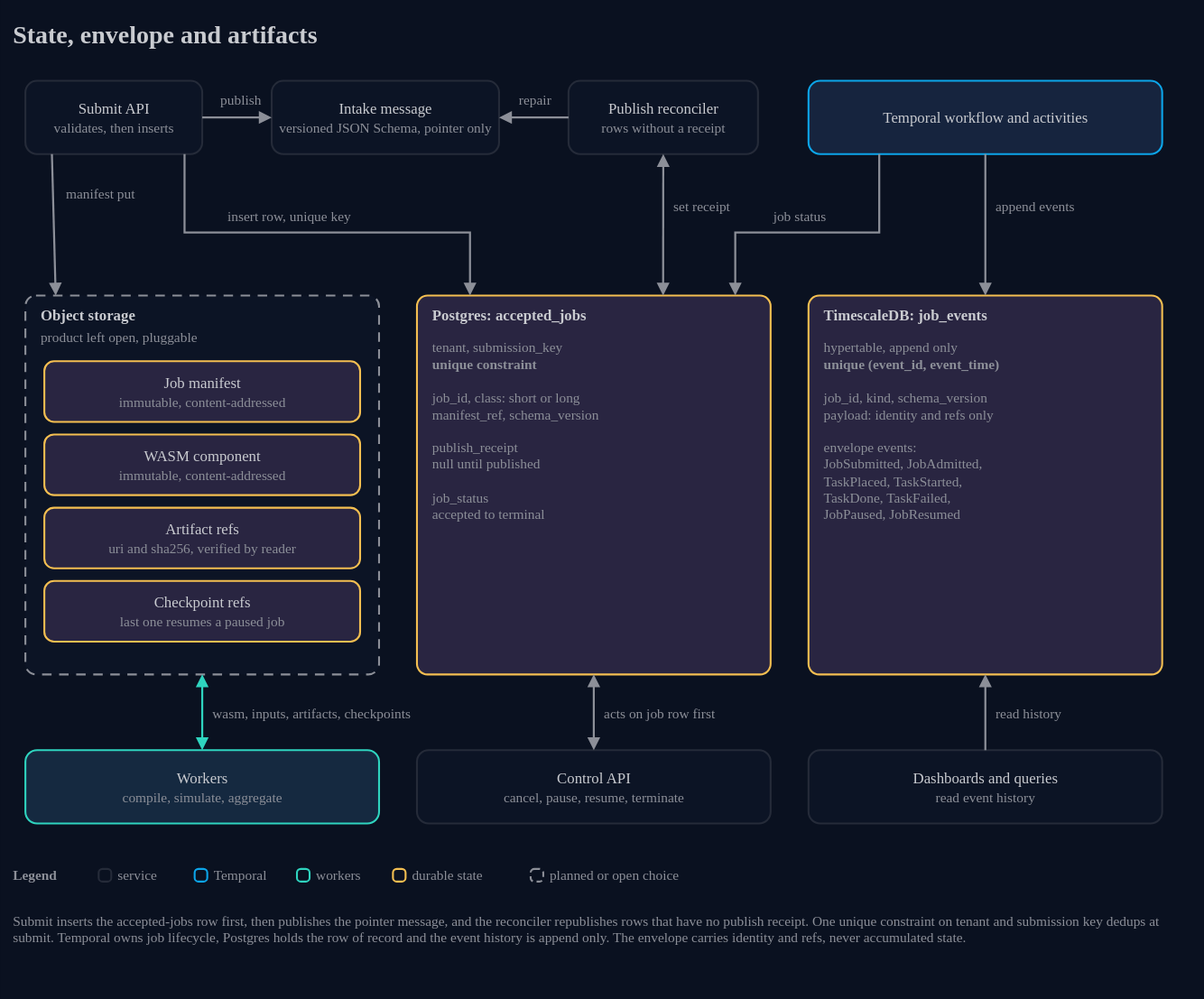
AndoNorth/wasm-dag-forge keeps this draw.io diagram as docs/architecture/13-state-envelope-artifacts.drawio.svg. Above is the earlier version. Source tidied: cells renumbered, new cells last; positions are measured from the earlier drawing's top-left corner, leaving out a move shared by most shapes.
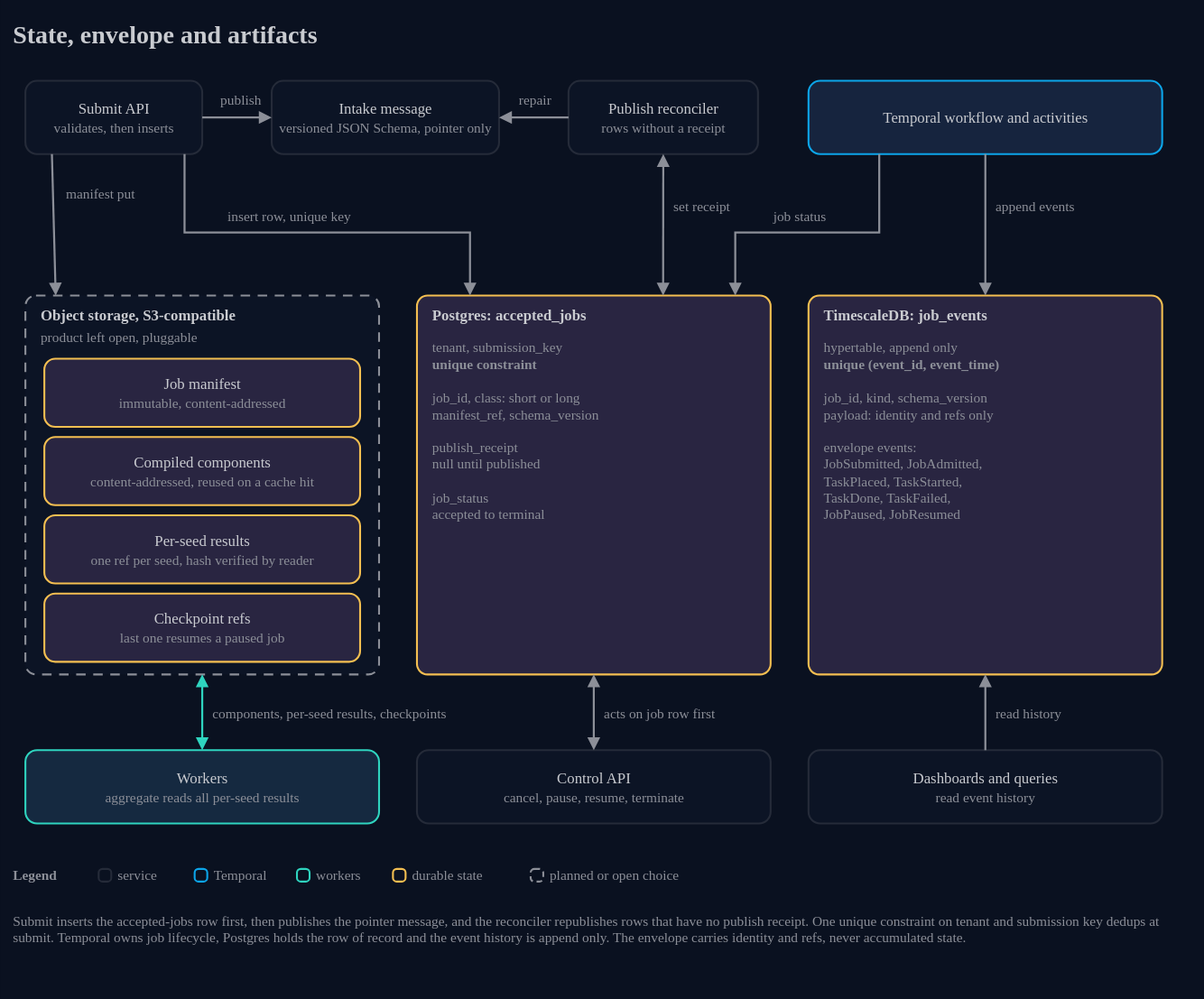
Above is the later version.

Commit message:
docs(architecture): [#3][#4][#5][#6][#11][#12] show compile cache, WIT boundary, limits, package mirror and per-seed results

Change to the diagram source:
```diff
@@ -38,25 +38,25 @@
     <mxCell id="13" style="rounded=1;arcSize=3;html=1;whiteSpace=wrap;fillColor=#0c1425;strokeColor=#8c8f98;strokeWidth=1.5;dashed=1;dashPattern=5 4;fontColor=#c9cbd0;fontSize=12;fontFamily=IBM Plex Sans;verticalAlign=top;align=left;" parent="1" vertex="1">
       <mxGeometry x="10" y="224" width="280" height="300" as="geometry" />
     </mxCell>
-    <mxCell id="14" value="Object storage" style="text;html=1;strokeColor=none;fillColor=none;align=left;verticalAlign=middle;whiteSpace=nowrap;fontColor=#c9cbd0;fontSize=12;fontStyle=1;fontFamily=IBM Plex Sans;spacing=0;" parent="1" vertex="1">
+    <mxCell id="14" value="Object storage, S3-compatible" style="text;html=1;strokeColor=none;fillColor=none;align=left;verticalAlign=middle;whiteSpace=nowrap;fontColor=#c9cbd0;fontSize=12;fontStyle=1;fontFamily=IBM Plex Sans;spacing=0;" parent="1" vertex="1">
       <mxGeometry x="22" y="230" width="260" height="20" as="geometry" />
     </mxCell>
     <mxCell id="15" value="product left open, pluggable" style="text;html=1;strokeColor=none;fillColor=none;align=left;verticalAlign=middle;whiteSpace=nowrap;fontColor=#8c8f98;fontSize=11;fontFamily=IBM Plex Sans;spacing=0;" parent="1" vertex="1">
       <mxGeometry x="22" y="248" width="260" height="18" as="geometry" />
     </mxCell>
     <mxCell id="16" value="Job manifest&lt;br&gt;&lt;font color=&quot;#8c8f98&quot; style=&quot;font-size:11px&quot;&gt;immutable, content-addressed&lt;/font&gt;" style="rounded=1;arcSize=16;html=1;whiteSpace=wrap;fillColor=#292541;strokeColor=#f4bf51;strokeWidth=1.5;fontColor=#c9cbd0;fontSize=12;fontFamily=IBM Plex Sans;align=center;verticalAlign=middle;" parent="1" vertex="1">
-      <mxGeometry x="25" y="276" width="250" height="48" as="geometry" />
+      <mxGeometry x="25" y="274" width="250" height="54" as="geometry" />
     </mxCell>
-    <mxCell id="17" value="WASM component&lt;br&gt;&lt;font color=&quot;#8c8f98&quot; style=&quot;font-size:11px&quot;&gt;immutable, content-addressed&lt;/font&gt;" style="rounded=1;arcSize=16;html=1;whiteSpace=wrap;fillColor=#292541;strokeColor=#f4bf51;strokeWidth=1.5;fontColor=#c9cbd0;fontSize=12;fontFamily=IBM Plex Sans;align=center;verticalAlign=middle;" parent="1" vertex="1">
-      <mxGeometry x="25" y="334" width="250" height="48" as="geometry" />
+    <mxCell id="17" value="Compiled components&lt;br&gt;&lt;font color=&quot;#8c8f98&quot; style=&quot;font-size:11px&quot;&gt;content-addressed, reused on a cache hit&lt;/font&gt;" style="rounded=1;arcSize=16;html=1;whiteSpace=wrap;fillColor=#292541;strokeColor=#f4bf51;strokeWidth=1.5;fontColor=#c9cbd0;fontSize=12;fontFamily=IBM Plex Sans;align=center;verticalAlign=middle;" parent="1" vertex="1">
+      <mxGeometry x="25" y="336" width="250" height="54" as="geometry" />
     </mxCell>
-    <mxCell id="18" value="Artifact refs&lt;br&gt;&lt;font color=&quot;#8c8f98&quot; style=&quot;font-size:11px&quot;&gt;uri and sha256, verified by reader&lt;/font&gt;" style="rounded=1;arcSize=16;html=1;whiteSpace=wrap;fillColor=#292541;strokeColor=#f4bf51;strokeWidth=1.5;fontColor=#c9cbd0;fontSize=12;fontFamily=IBM Plex Sans;align=center;verticalAlign=middle;" parent="1" vertex="1">
-      <mxGeometry x="25" y="392" width="250" height="48" as="geometry" />
+    <mxCell id="18" value="Per-seed results&lt;br&gt;&lt;font color=&quot;#8c8f98&quot; style=&quot;font-size:11px&quot;&gt;one ref per seed, hash verified by reader&lt;/font&gt;" style="rounded=1;arcSize=16;html=1;whiteSpace=wrap;fillColor=#292541;strokeColor=#f4bf51;strokeWidth=1.5;fontColor=#c9cbd0;fontSize=12;fontFamily=IBM Plex Sans;align=center;verticalAlign=middle;" parent="1" vertex="1">
+      <mxGeometry x="25" y="398" width="250" height="54" as="geometry" />
     </mxCell>
     <mxCell id="19" value="Checkpoint refs&lt;br&gt;&lt;font color=&quot;#8c8f98&quot; style=&quot;font-size:11px&quot;&gt;last one resumes a paused job&lt;/font&gt;" style="rounded=1;arcSize=16;html=1;whiteSpace=wrap;fillColor=#292541;strokeColor=#f4bf51;strokeWidth=1.5;fontColor=#c9cbd0;fontSize=12;fontFamily=IBM Plex Sans;align=center;verticalAlign=middle;" parent="1" vertex="1">
-      <mxGeometry x="25" y="450" width="250" height="48" as="geometry" />
+      <mxGeometry x="25" y="460" width="250" height="54" as="geometry" />
     </mxCell>
-    <mxCell id="20" value="Workers&lt;br&gt;&lt;font color=&quot;#8c8f98&quot; style=&quot;font-size:11px&quot;&gt;compile, simulate, aggregate&lt;/font&gt;" style="rounded=1;arcSize=16;html=1;whiteSpace=wrap;fillColor=#152940;strokeColor=#2fd4bf;strokeWidth=1.5;fontColor=#c9cbd0;fontSize=12;fontFamily=IBM Plex Sans;align=center;verticalAlign=middle;" parent="1" vertex="1">
+    <mxCell id="20" value="Workers&lt;br&gt;&lt;font color=&quot;#8c8f98&quot; style=&quot;font-size:11px&quot;&gt;aggregate reads all per-seed results&lt;/font&gt;" style="rounded=1;arcSize=16;html=1;whiteSpace=wrap;fillColor=#152940;strokeColor=#2fd4bf;strokeWidth=1.5;fontColor=#c9cbd0;fontSize=12;fontFamily=IBM Plex Sans;align=center;verticalAlign=middle;" parent="1" vertex="1">
       <mxGeometry x="10" y="584" width="280" height="58" as="geometry" />
     </mxCell>
     <mxCell id="21" value="Control API&lt;br&gt;&lt;font color=&quot;#8c8f98&quot; style=&quot;font-size:11px&quot;&gt;cancel, pause, resume, terminate&lt;/font&gt;" style="rounded=1;arcSize=16;html=1;whiteSpace=wrap;fillColor=#0c1425;strokeColor=#252b39;strokeWidth=1.5;fontColor=#c9cbd0;fontSize=12;fontFamily=IBM Plex Sans;align=center;verticalAlign=middle;" parent="1" vertex="1">
@@ -132,8 +132,8 @@
     <mxCell id="41" style="endArrow=block;endFill=1;startArrow=block;startFill=1;html=1;rounded=0;strokeColor=#2fd4bf;strokeWidth=1.6;exitX=0.5;exitY=0;exitDx=0;exitDy=0;entryX=0.5;entryY=1;entryDx=0;entryDy=0;" parent="1" edge="1" source="20" target="13">
       <mxGeometry relative="1" as="geometry" />
     </mxCell>
-    <mxCell id="42" value="wasm, inputs, artifacts, checkpoints" style="text;html=1;strokeColor=none;fillColor=none;align=left;verticalAlign=middle;whiteSpace=nowrap;fontColor=#8c8f98;fontSize=11;fontFamily=IBM Plex Sans;spacing=0;" parent="1" vertex="1">
-      <mxGeometry x="158" y="546" width="215" height="18" as="geometry" />
+    <mxCell id="42" value="components, per-seed results, checkpoints" style="text;html=1;strokeColor=none;fillColor=none;align=left;verticalAlign=middle;whiteSpace=nowrap;fontColor=#8c8f98;fontSize=11;fontFamily=IBM Plex Sans;spacing=0;" parent="1" vertex="1">
+      <mxGeometry x="158" y="546" width="230" height="18" as="geometry" />
     </mxCell>
     <mxCell id="43" value="Legend" style="text;html=1;strokeColor=none;fillColor=none;align=left;verticalAlign=middle;whiteSpace=nowrap;fontColor=#8c8f98;fontSize=11;fontStyle=1;fontFamily=IBM Plex Mono;spacing=0;" parent="1" vertex="1">
       <mxGeometry y="674" width="60" height="18" as="geometry" />
```
